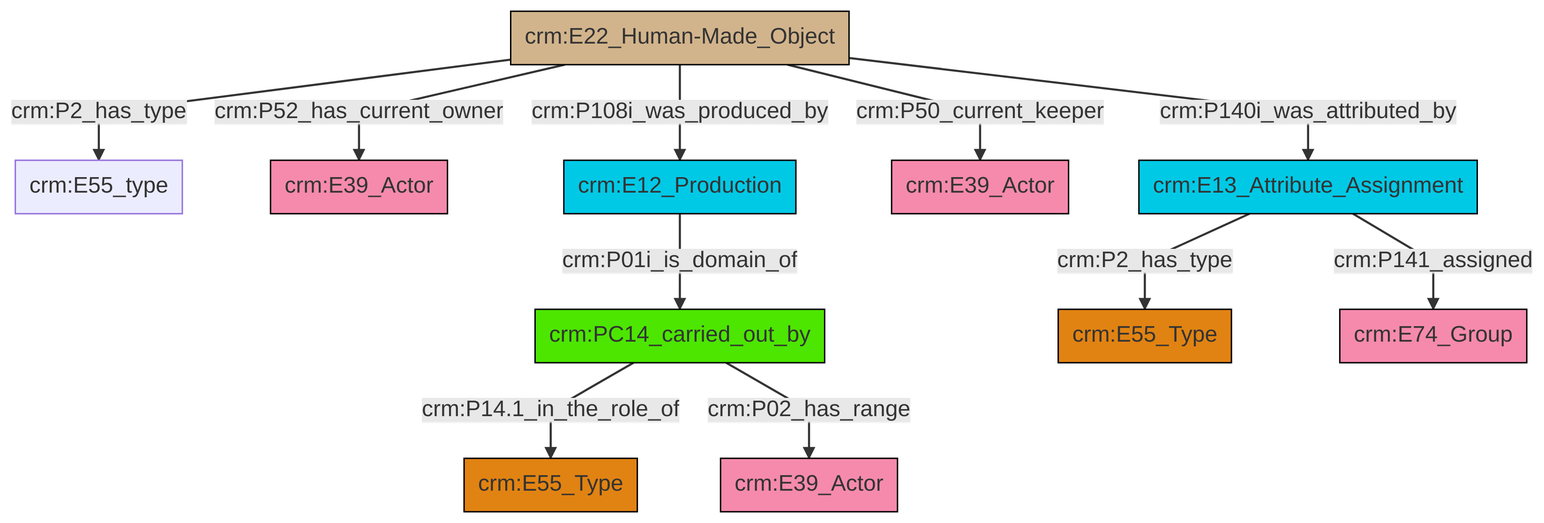
This is et/artworkCSV/ttl/mmd/png/Artwork_Actor_Relations.png from ncarboni/srdm, a Mermaid export, as it was before one commit. Its source is kept beside it as et/artworkCSV/ttl/mmd/Artwork_Actor_Relations.ttl.mmd.
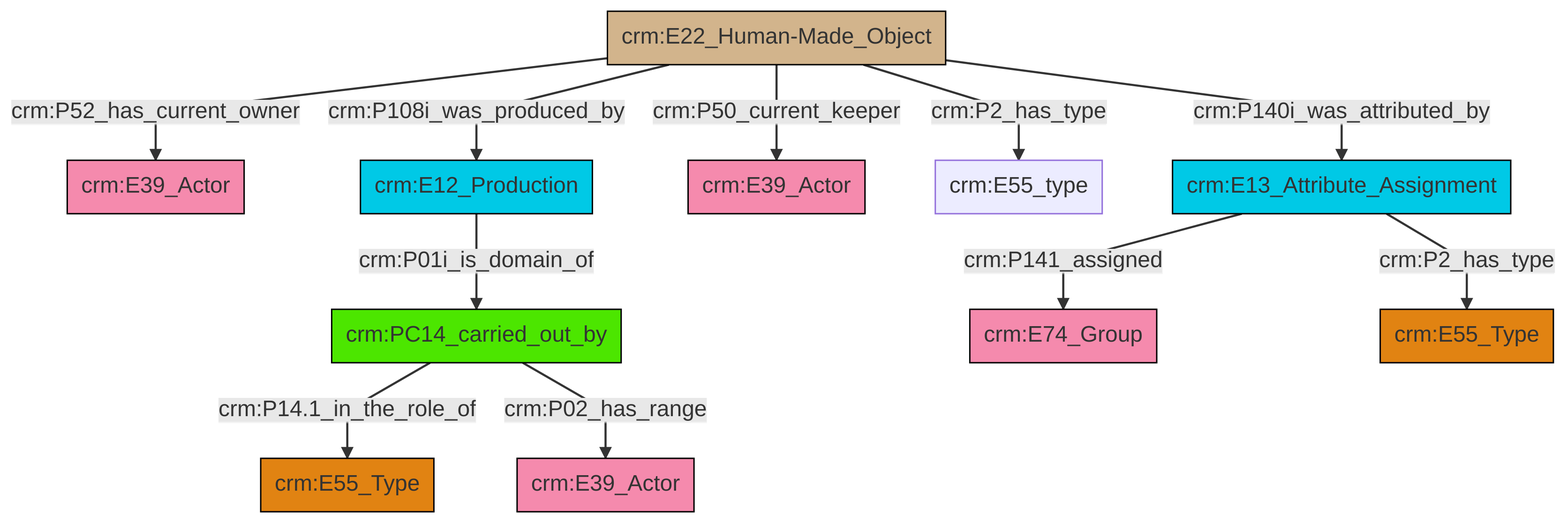
After the change.

What changed in the source:
```diff
@@ -13,13 +13,13 @@
 classDef PC_Classes fill:#4ce600, stroke:#000000;
 classDef Multi fill:#cccccc,stroke:#000000;
 
-10["crm:E22_Human-Made_Object"]:::Physical_Thing -->|crm:P2_has_type| 11["crm:E55_type"]:::Default
-8["crm:PC14_carried_out_by"]:::PC_Classes -->|crm:P14.1_in_the_role_of| 12["crm:E55_Type"]:::Type
-8["crm:PC14_carried_out_by"]:::PC_Classes -->|crm:P02_has_range| 6["crm:E39_Actor"]:::Actor
-10["crm:E22_Human-Made_Object"]:::Physical_Thing -->|crm:P52_has_current_owner| 13["crm:E39_Actor"]:::Actor
-17["crm:E13_Attribute_Assignment"]:::Temporal_Entity -->|crm:P2_has_type| 0["crm:E55_Type"]:::Type
-10["crm:E22_Human-Made_Object"]:::Physical_Thing -->|crm:P108i_was_produced_by| 2["crm:E12_Production"]:::Temporal_Entity
-10["crm:E22_Human-Made_Object"]:::Physical_Thing -->|crm:P50_current_keeper| 4["crm:E39_Actor"]:::Actor
-10["crm:E22_Human-Made_Object"]:::Physical_Thing -->|crm:P140i_was_attributed_by| 17["crm:E13_Attribute_Assignment"]:::Temporal_Entity
-17["crm:E13_Attribute_Assignment"]:::Temporal_Entity -->|crm:P141_assigned| 19["crm:E74_Group"]:::Actor
-2["crm:E12_Production"]:::Temporal_Entity -->|crm:P01i_is_domain_of| 8["crm:PC14_carried_out_by"]:::PC_Classes
+2["crm:E12_Production"]:::Temporal_Entity -->|crm:P01i_is_domain_of| 3["crm:PC14_carried_out_by"]:::PC_Classes
+3["crm:PC14_carried_out_by"]:::PC_Classes -->|crm:P14.1_in_the_role_of| 8["crm:E55_Type"]:::Type
+13["crm:E22_Human-Made_Object"]:::Physical_Thing -->|crm:P50_current_keeper| 9["crm:E39_Actor"]:::Actor
+13["crm:E22_Human-Made_Object"]:::Physical_Thing -->|crm:P140i_was_attributed_by| 17["crm:E13_Attribute_Assignment"]:::Temporal_Entity
+17["crm:E13_Attribute_Assignment"]:::Temporal_Entity -->|crm:P2_has_type| 19["crm:E55_Type"]:::Type
+13["crm:E22_Human-Made_Object"]:::Physical_Thing -->|crm:P2_has_type| 11["crm:E55_type"]:::Default
+13["crm:E22_Human-Made_Object"]:::Physical_Thing -->|crm:P108i_was_produced_by| 2["crm:E12_Production"]:::Temporal_Entity
+13["crm:E22_Human-Made_Object"]:::Physical_Thing -->|crm:P52_has_current_owner| 0["crm:E39_Actor"]:::Actor
+17["crm:E13_Attribute_Assignment"]:::Temporal_Entity -->|crm:P141_assigned| 14["crm:E74_Group"]:::Actor
+3["crm:PC14_carried_out_by"]:::PC_Classes -->|crm:P02_has_range| 6["crm:E39_Actor"]:::Actor
```
